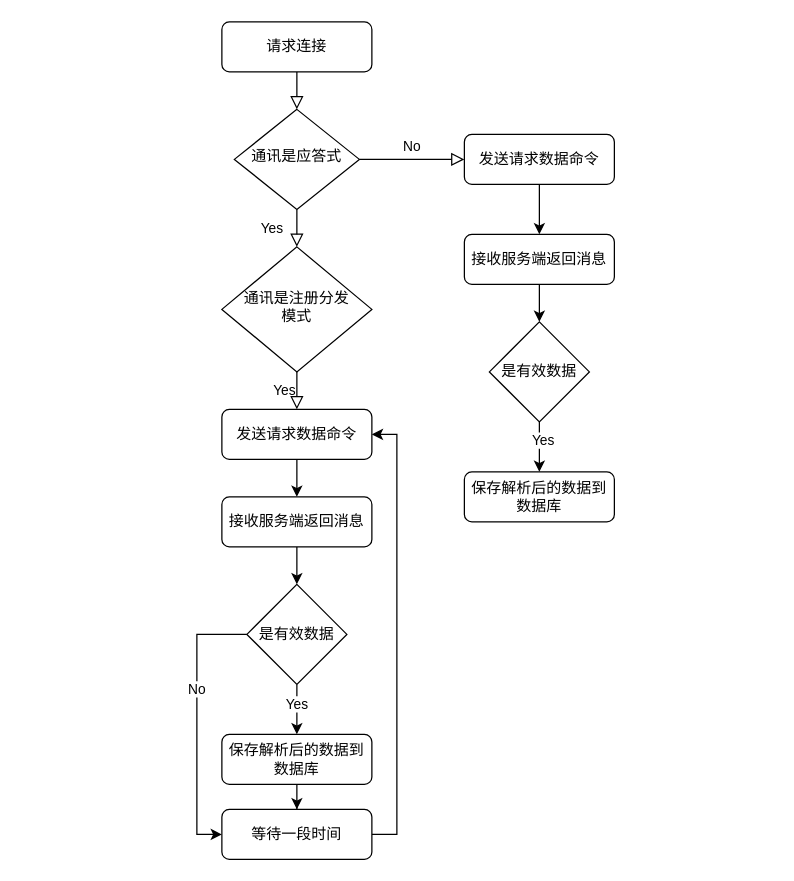
This is 未命名绘图.drawio from SIGEER2222/1, a draw.io file, before an edit. Source tidied: cells renumbered, new cells numbered last; positions are measured from the earlier drawing's top-left corner, leaving out a move shared by most shapes. Both pictures are drawn from the tidied source at 125%, with x=0, y=0 at pixel (196, 21).
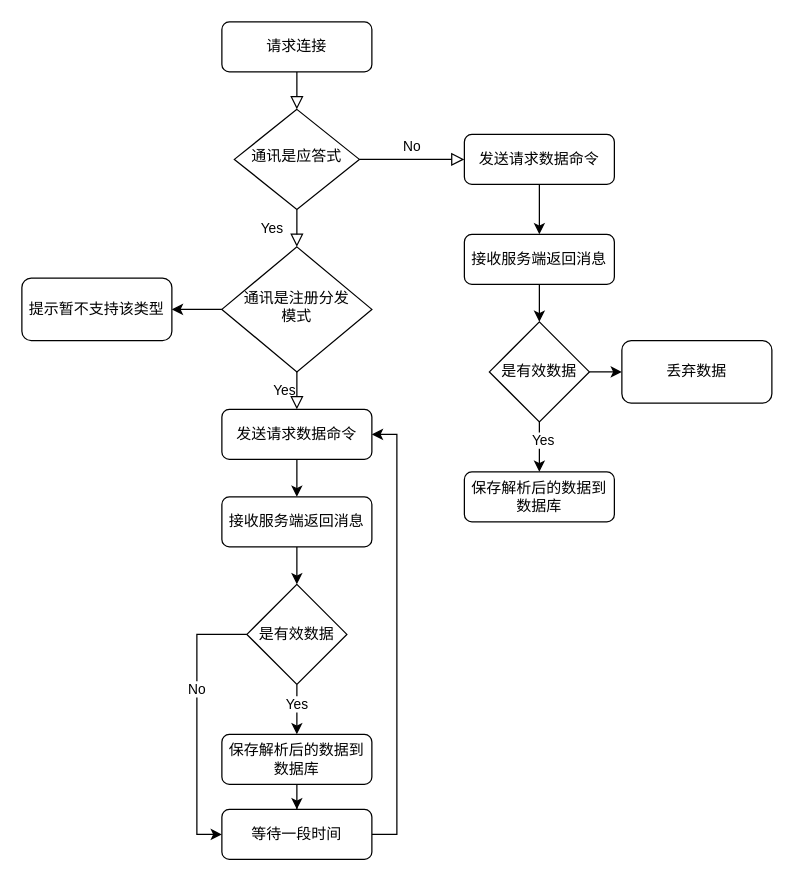
The same diagram, later.

Commit message (it also covers changes not shown here):
更新未命名绘图.drawio

Unchanged cells that the change refers to:
```xml
<mxCell id="10" value="通讯是注册分发&lt;br&gt;模式" style="rhombus;whiteSpace=wrap;html=1;shadow=0;fontFamily=Helvetica;fontSize=12;align=center;strokeWidth=1;spacing=6;spacingTop=-4;" parent="1" vertex="1">
  <mxGeometry x="20" y="180" width="120" height="100" as="geometry" />
</mxCell>
<mxCell id="29" value="是有效数据" style="rhombus;whiteSpace=wrap;html=1;" parent="1" vertex="1">
  <mxGeometry x="234" y="240" width="80" height="80" as="geometry" />
</mxCell>
```

Change to the diagram source:
```diff
@@
+    <mxCell id="30" style="edgeStyle=orthogonalEdgeStyle;rounded=0;jettySize=auto;html=1;" parent="1" edge="1" source="10">
+      <mxGeometry relative="1" as="geometry">
+        <mxPoint x="-20" y="230" as="targetPoint" />
+      </mxGeometry>
+    </mxCell>
@@
+    <mxCell id="31" style="edgeStyle=orthogonalEdgeStyle;rounded=0;jettySize=auto;html=1;" parent="1" edge="1" source="29">
+      <mxGeometry relative="1" as="geometry">
+        <mxPoint x="340" y="280" as="targetPoint" />
+      </mxGeometry>
+    </mxCell>
@@
+    <mxCell id="32" value="提示暂不支持该类型" style="rounded=1;whiteSpace=wrap;html=1;" parent="1" vertex="1">
+      <mxGeometry x="-140" y="205" width="120" height="50" as="geometry" />
+    </mxCell>
+    <mxCell id="33" value="丢弃数据" style="rounded=1;whiteSpace=wrap;html=1;" parent="1" vertex="1">
+      <mxGeometry x="340" y="255" width="120" height="50" as="geometry" />
+    </mxCell>
```
